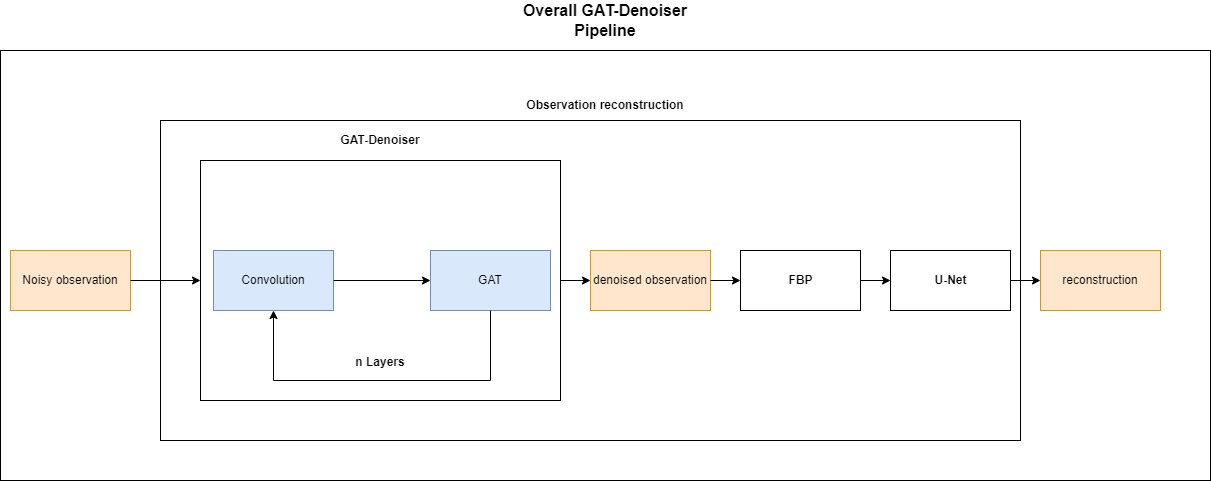
cedricmendelin/master-thesis keeps this draw.io diagram as documentation/Thesis/Figures/Overall_GAT-Denoiser_Pipeline.drawio.png. Above is the earlier version. Source tidied: cells renumbered, new cells last; positions are measured from the earlier drawing's top-left corner, leaving out a move shared by most shapes. Its diagram source:
```xml
<mxGraphModel>
  <root>
    <mxCell id="0" />
    <mxCell id="1" parent="0" />
    <mxCell id="2" style="rounded=0;whiteSpace=wrap;html=1;fillColor=none;" parent="1" vertex="1">
      <mxGeometry x="160" y="120" width="860" height="320" as="geometry" />
    </mxCell>
    <mxCell id="3" style="rounded=0;whiteSpace=wrap;html=1;fillColor=none;" parent="1" vertex="1">
      <mxGeometry x="200" y="160" width="360" height="240" as="geometry" />
    </mxCell>
    <mxCell id="4" style="rounded=0;whiteSpace=wrap;html=1;fillColor=none;" parent="1" vertex="1">
      <mxGeometry y="50" width="1210" height="430" as="geometry" />
    </mxCell>
    <mxCell id="5" value="Overall GAT-Denoiser Pipeline" style="text;html=1;strokeColor=none;fillColor=none;align=center;verticalAlign=middle;whiteSpace=wrap;rounded=0;fontStyle=1;fontSize=16;" parent="1" vertex="1">
      <mxGeometry x="505" width="200" height="40" as="geometry" />
    </mxCell>
    <mxCell id="6" value="Noisy observation" style="rounded=0;whiteSpace=wrap;html=1;fillColor=#ffe6cc;strokeColor=#d79b00;" parent="1" vertex="1">
      <mxGeometry x="10" y="250" width="120" height="60" as="geometry" />
    </mxCell>
    <mxCell id="7" value="Convolution" style="rounded=0;whiteSpace=wrap;html=1;fillColor=#dae8fc;strokeColor=#6c8ebf;" parent="1" vertex="1">
      <mxGeometry x="213" y="250" width="120" height="60" as="geometry" />
    </mxCell>
    <mxCell id="8" value="GAT" style="rounded=0;whiteSpace=wrap;html=1;fillColor=#dae8fc;strokeColor=#6c8ebf;" parent="1" vertex="1">
      <mxGeometry x="430" y="250" width="120" height="60" as="geometry" />
    </mxCell>
    <mxCell id="9" value="GAT-Denoiser" style="text;html=1;strokeColor=none;fillColor=none;align=center;verticalAlign=middle;whiteSpace=wrap;rounded=0;fontStyle=1;" parent="1" vertex="1">
      <mxGeometry x="280" y="120" width="200" height="40" as="geometry" />
    </mxCell>
    <mxCell id="10" value="denoised observation" style="rounded=0;whiteSpace=wrap;html=1;fillColor=#ffe6cc;strokeColor=#d79b00;" parent="1" vertex="1">
      <mxGeometry x="590" y="250" width="120" height="60" as="geometry" />
    </mxCell>
    <mxCell id="11" style="endArrow=classic;html=1;rounded=0;entryX=0;entryY=0.5;entryDx=0;entryDy=0;" parent="1" edge="1" source="6" target="3">
      <mxGeometry relative="1" as="geometry" />
    </mxCell>
    <mxCell id="12" style="endArrow=classic;html=1;rounded=0;fontSize=16;entryX=0;entryY=0.5;entryDx=0;entryDy=0;" parent="1" edge="1" target="10">
      <mxGeometry relative="1" as="geometry">
        <mxPoint x="560" y="280" as="sourcePoint" />
      </mxGeometry>
    </mxCell>
    <mxCell id="13" style="endArrow=classic;html=1;rounded=0;fontSize=16;exitX=1;exitY=0.5;exitDx=0;exitDy=0;entryX=0;entryY=0.5;entryDx=0;entryDy=0;" parent="1" edge="1" source="7" target="8">
      <mxGeometry relative="1" as="geometry" />
    </mxCell>
    <mxCell id="14" style="endArrow=classic;html=1;rounded=0;fontSize=16;exitX=0.5;exitY=1;exitDx=0;exitDy=0;entryX=0.5;entryY=1;entryDx=0;entryDy=0;" parent="1" edge="1" source="8" target="7">
      <mxGeometry relative="1" as="geometry">
        <Array as="points">
          <mxPoint x="490" y="380" />
          <mxPoint x="273" y="380" />
        </Array>
      </mxGeometry>
    </mxCell>
    <mxCell id="15" value="&lt;font style=&quot;font-size: 12px;&quot;&gt;&lt;b&gt;n Layers&lt;/b&gt;&lt;/font&gt;" style="text;html=1;strokeColor=none;fillColor=none;align=center;verticalAlign=middle;whiteSpace=wrap;rounded=0;fontSize=16;" parent="1" vertex="1">
      <mxGeometry x="350" y="345" width="60" height="30" as="geometry" />
    </mxCell>
    <mxCell id="16" style="rounded=0;whiteSpace=wrap;html=1;fillColor=none;" parent="1" vertex="1">
      <mxGeometry x="740" y="250" width="120" height="60" as="geometry" />
    </mxCell>
    <mxCell id="17" value="FBP" style="text;html=1;strokeColor=none;fillColor=none;align=center;verticalAlign=middle;whiteSpace=wrap;rounded=0;fontStyle=1;" parent="1" vertex="1">
      <mxGeometry x="752.5" y="270" width="95" height="20" as="geometry" />
    </mxCell>
    <mxCell id="18" style="rounded=0;whiteSpace=wrap;html=1;fillColor=none;" parent="1" vertex="1">
      <mxGeometry x="890" y="250" width="120" height="60" as="geometry" />
    </mxCell>
    <mxCell id="19" value="U-Net" style="text;html=1;strokeColor=none;fillColor=none;align=center;verticalAlign=middle;whiteSpace=wrap;rounded=0;fontStyle=1;" parent="1" vertex="1">
      <mxGeometry x="902.5" y="270" width="95" height="20" as="geometry" />
    </mxCell>
    <mxCell id="20" value="reconstruction" style="rounded=0;whiteSpace=wrap;html=1;fillColor=#ffe6cc;strokeColor=#d79b00;" parent="1" vertex="1">
      <mxGeometry x="1040" y="250" width="120" height="60" as="geometry" />
    </mxCell>
    <mxCell id="21" style="endArrow=classic;html=1;rounded=0;fontSize=16;entryX=0;entryY=0.5;entryDx=0;entryDy=0;exitX=1;exitY=0.5;exitDx=0;exitDy=0;" parent="1" edge="1" source="10" target="16">
      <mxGeometry relative="1" as="geometry" />
    </mxCell>
    <mxCell id="22" style="endArrow=classic;html=1;rounded=0;fontSize=16;entryX=0;entryY=0.5;entryDx=0;entryDy=0;exitX=1;exitY=0.5;exitDx=0;exitDy=0;" parent="1" edge="1" source="16" target="18">
      <mxGeometry relative="1" as="geometry" />
    </mxCell>
    <mxCell id="23" style="endArrow=classic;html=1;rounded=0;exitX=1;exitY=0.5;exitDx=0;exitDy=0;entryX=0;entryY=0.5;entryDx=0;entryDy=0;" parent="1" edge="1" source="18" target="20">
      <mxGeometry relative="1" as="geometry" />
    </mxCell>
    <mxCell id="24" value="Observation reconstruction" style="text;html=1;strokeColor=none;fillColor=none;align=center;verticalAlign=middle;whiteSpace=wrap;rounded=0;fontStyle=1;" parent="1" vertex="1">
      <mxGeometry x="525" y="90" width="160" height="30" as="geometry" />
    </mxCell>
  </root>
</mxGraphModel>
```
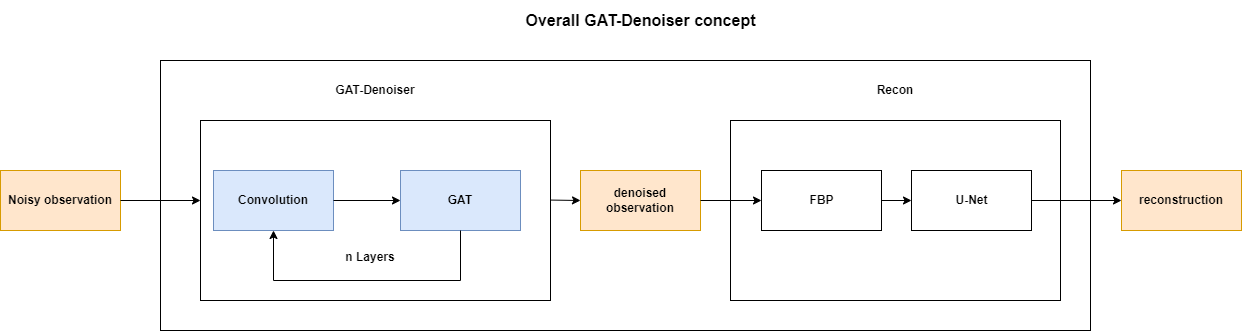
After the change.

The edit, as a diff of the source:
```diff
@@ -3,39 +3,39 @@
     <mxCell id="0" />
     <mxCell id="1" parent="0" />
     <mxCell id="2" style="rounded=0;whiteSpace=wrap;html=1;fillColor=none;" parent="1" vertex="1">
-      <mxGeometry x="160" y="120" width="860" height="320" as="geometry" />
+      <mxGeometry x="160" y="140" width="930" height="270" as="geometry" />
     </mxCell>
+    <mxCell id="25" style="rounded=0;whiteSpace=wrap;html=1;fillColor=none;" parent="1" vertex="1">
+      <mxGeometry x="730" y="200" width="330" height="180" as="geometry" />
+    </mxCell>
     <mxCell id="3" style="rounded=0;whiteSpace=wrap;html=1;fillColor=none;" parent="1" vertex="1">
-      <mxGeometry x="200" y="160" width="360" height="240" as="geometry" />
+      <mxGeometry x="200" y="200" width="350" height="180" as="geometry" />
     </mxCell>
-    <mxCell id="4" style="rounded=0;whiteSpace=wrap;html=1;fillColor=none;" parent="1" vertex="1">
-      <mxGeometry y="50" width="1210" height="430" as="geometry" />
-    </mxCell>
-    <mxCell id="5" value="Overall GAT-Denoiser Pipeline" style="text;html=1;strokeColor=none;fillColor=none;align=center;verticalAlign=middle;whiteSpace=wrap;rounded=0;fontStyle=1;fontSize=16;" parent="1" vertex="1">
-      <mxGeometry x="505" width="200" height="40" as="geometry" />
+    <mxCell id="5" value="Overall GAT-Denoiser concept" style="text;html=1;strokeColor=none;fillColor=none;align=center;verticalAlign=middle;whiteSpace=wrap;rounded=0;fontStyle=1;fontSize=16;" parent="1" vertex="1">
+      <mxGeometry x="512.5" y="80" width="255" height="40" as="geometry" />
     </mxCell>
-    <mxCell id="6" value="Noisy observation" style="rounded=0;whiteSpace=wrap;html=1;fillColor=#ffe6cc;strokeColor=#d79b00;" parent="1" vertex="1">
-      <mxGeometry x="10" y="250" width="120" height="60" as="geometry" />
+    <mxCell id="6" value="Noisy observation" style="rounded=0;whiteSpace=wrap;html=1;fillColor=#ffe6cc;strokeColor=#d79b00;fontStyle=1;" parent="1" vertex="1">
+      <mxGeometry y="250" width="120" height="60" as="geometry" />
     </mxCell>
-    <mxCell id="7" value="Convolution" style="rounded=0;whiteSpace=wrap;html=1;fillColor=#dae8fc;strokeColor=#6c8ebf;" parent="1" vertex="1">
+    <mxCell id="7" value="Convolution" style="rounded=0;whiteSpace=wrap;html=1;fillColor=#dae8fc;strokeColor=#6c8ebf;fontStyle=1;" parent="1" vertex="1">
       <mxGeometry x="213" y="250" width="120" height="60" as="geometry" />
     </mxCell>
-    <mxCell id="8" value="GAT" style="rounded=0;whiteSpace=wrap;html=1;fillColor=#dae8fc;strokeColor=#6c8ebf;" parent="1" vertex="1">
-      <mxGeometry x="430" y="250" width="120" height="60" as="geometry" />
+    <mxCell id="8" value="GAT" style="rounded=0;whiteSpace=wrap;html=1;fillColor=#dae8fc;strokeColor=#6c8ebf;fontStyle=1;" parent="1" vertex="1">
+      <mxGeometry x="400" y="250" width="120" height="60" as="geometry" />
     </mxCell>
     <mxCell id="9" value="GAT-Denoiser" style="text;html=1;strokeColor=none;fillColor=none;align=center;verticalAlign=middle;whiteSpace=wrap;rounded=0;fontStyle=1;" parent="1" vertex="1">
-      <mxGeometry x="280" y="120" width="200" height="40" as="geometry" />
+      <mxGeometry x="275" y="150" width="200" height="40" as="geometry" />
     </mxCell>
-    <mxCell id="10" value="denoised observation" style="rounded=0;whiteSpace=wrap;html=1;fillColor=#ffe6cc;strokeColor=#d79b00;" parent="1" vertex="1">
-      <mxGeometry x="590" y="250" width="120" height="60" as="geometry" />
+    <mxCell id="10" value="denoised observation" style="rounded=0;whiteSpace=wrap;html=1;fillColor=#ffe6cc;strokeColor=#d79b00;fontStyle=1;" parent="1" vertex="1">
+      <mxGeometry x="580" y="250" width="120" height="60" as="geometry" />
     </mxCell>
-    <mxCell id="11" style="endArrow=classic;html=1;rounded=0;entryX=0;entryY=0.5;entryDx=0;entryDy=0;" parent="1" edge="1" source="6" target="3">
-      <mxGeometry relative="1" as="geometry" />
+    <mxCell id="11" style="endArrow=classic;html=1;rounded=0;" parent="1" edge="1" source="6">
+      <mxGeometry relative="1" as="geometry">
+        <mxPoint x="200" y="280" as="targetPoint" />
+      </mxGeometry>
     </mxCell>
-    <mxCell id="12" style="endArrow=classic;html=1;rounded=0;fontSize=16;entryX=0;entryY=0.5;entryDx=0;entryDy=0;" parent="1" edge="1" target="10">
-      <mxGeometry relative="1" as="geometry">
-        <mxPoint x="560" y="280" as="sourcePoint" />
-      </mxGeometry>
+    <mxCell id="12" style="endArrow=classic;html=1;rounded=0;fontSize=16;entryX=0;entryY=0.5;entryDx=0;entryDy=0;exitX=0.999;exitY=0.442;exitDx=0;exitDy=0;exitPerimeter=0;" parent="1" edge="1" source="3" target="10">
+      <mxGeometry relative="1" as="geometry" />
     </mxCell>
     <mxCell id="13" style="endArrow=classic;html=1;rounded=0;fontSize=16;exitX=1;exitY=0.5;exitDx=0;exitDy=0;entryX=0;entryY=0.5;entryDx=0;entryDy=0;" parent="1" edge="1" source="7" target="8">
       <mxGeometry relative="1" as="geometry" />
@@ -43,28 +43,28 @@
     <mxCell id="14" style="endArrow=classic;html=1;rounded=0;fontSize=16;exitX=0.5;exitY=1;exitDx=0;exitDy=0;entryX=0.5;entryY=1;entryDx=0;entryDy=0;" parent="1" edge="1" source="8" target="7">
       <mxGeometry relative="1" as="geometry">
         <Array as="points">
-          <mxPoint x="490" y="380" />
-          <mxPoint x="273" y="380" />
+          <mxPoint x="460" y="360" />
+          <mxPoint x="273" y="360" />
         </Array>
       </mxGeometry>
     </mxCell>
     <mxCell id="15" value="&lt;font style=&quot;font-size: 12px;&quot;&gt;&lt;b&gt;n Layers&lt;/b&gt;&lt;/font&gt;" style="text;html=1;strokeColor=none;fillColor=none;align=center;verticalAlign=middle;whiteSpace=wrap;rounded=0;fontSize=16;" parent="1" vertex="1">
-      <mxGeometry x="350" y="345" width="60" height="30" as="geometry" />
+      <mxGeometry x="340" y="320" width="60" height="30" as="geometry" />
     </mxCell>
     <mxCell id="16" style="rounded=0;whiteSpace=wrap;html=1;fillColor=none;" parent="1" vertex="1">
-      <mxGeometry x="740" y="250" width="120" height="60" as="geometry" />
+      <mxGeometry x="761" y="250" width="120" height="60" as="geometry" />
     </mxCell>
     <mxCell id="17" value="FBP" style="text;html=1;strokeColor=none;fillColor=none;align=center;verticalAlign=middle;whiteSpace=wrap;rounded=0;fontStyle=1;" parent="1" vertex="1">
-      <mxGeometry x="752.5" y="270" width="95" height="20" as="geometry" />
+      <mxGeometry x="773.5" y="270" width="95" height="20" as="geometry" />
     </mxCell>
     <mxCell id="18" style="rounded=0;whiteSpace=wrap;html=1;fillColor=none;" parent="1" vertex="1">
-      <mxGeometry x="890" y="250" width="120" height="60" as="geometry" />
+      <mxGeometry x="911" y="250" width="120" height="60" as="geometry" />
     </mxCell>
     <mxCell id="19" value="U-Net" style="text;html=1;strokeColor=none;fillColor=none;align=center;verticalAlign=middle;whiteSpace=wrap;rounded=0;fontStyle=1;" parent="1" vertex="1">
-      <mxGeometry x="902.5" y="270" width="95" height="20" as="geometry" />
+      <mxGeometry x="923.5" y="270" width="95" height="20" as="geometry" />
     </mxCell>
-    <mxCell id="20" value="reconstruction" style="rounded=0;whiteSpace=wrap;html=1;fillColor=#ffe6cc;strokeColor=#d79b00;" parent="1" vertex="1">
-      <mxGeometry x="1040" y="250" width="120" height="60" as="geometry" />
+    <mxCell id="20" value="reconstruction" style="rounded=0;whiteSpace=wrap;html=1;fillColor=#ffe6cc;strokeColor=#d79b00;fontStyle=1;" parent="1" vertex="1">
+      <mxGeometry x="1121" y="250" width="120" height="60" as="geometry" />
     </mxCell>
     <mxCell id="21" style="endArrow=classic;html=1;rounded=0;fontSize=16;entryX=0;entryY=0.5;entryDx=0;entryDy=0;exitX=1;exitY=0.5;exitDx=0;exitDy=0;" parent="1" edge="1" source="10" target="16">
       <mxGeometry relative="1" as="geometry" />
@@ -75,8 +75,8 @@
     <mxCell id="23" style="endArrow=classic;html=1;rounded=0;exitX=1;exitY=0.5;exitDx=0;exitDy=0;entryX=0;entryY=0.5;entryDx=0;entryDy=0;" parent="1" edge="1" source="18" target="20">
       <mxGeometry relative="1" as="geometry" />
     </mxCell>
-    <mxCell id="24" value="Observation reconstruction" style="text;html=1;strokeColor=none;fillColor=none;align=center;verticalAlign=middle;whiteSpace=wrap;rounded=0;fontStyle=1;" parent="1" vertex="1">
-      <mxGeometry x="525" y="90" width="160" height="30" as="geometry" />
+    <mxCell id="24" value="Recon" style="text;html=1;strokeColor=none;fillColor=none;align=center;verticalAlign=middle;whiteSpace=wrap;rounded=0;fontStyle=1;" parent="1" vertex="1">
+      <mxGeometry x="815" y="155" width="160" height="30" as="geometry" />
     </mxCell>
   </root>
 </mxGraphModel>
```
